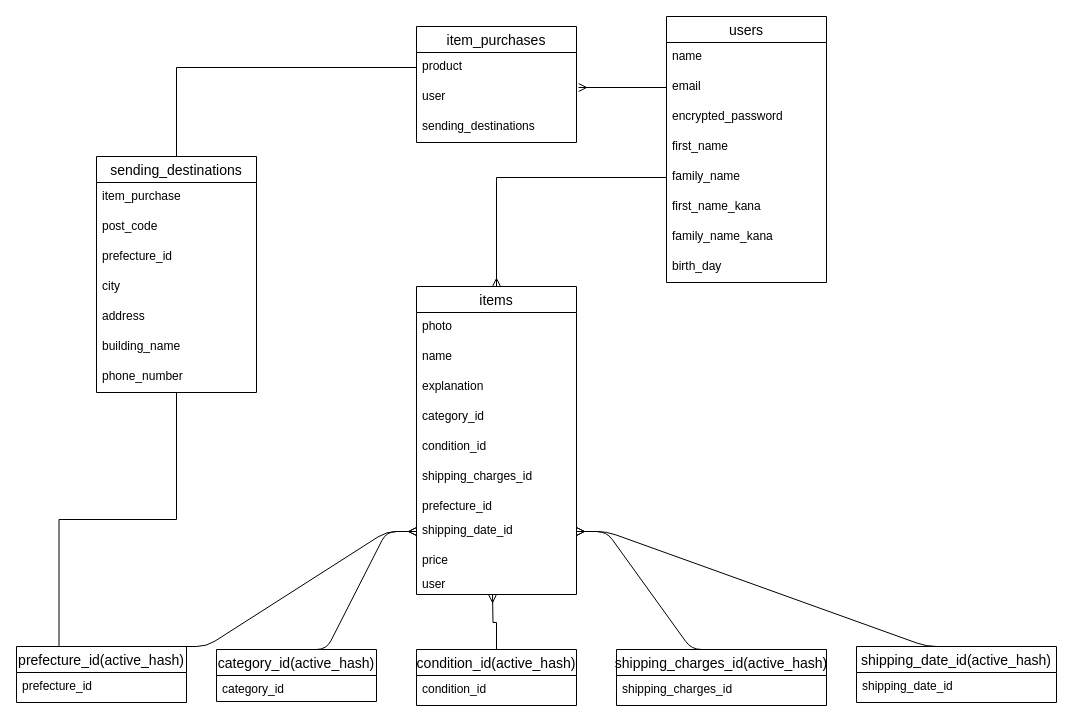
This is ER.dio from nitou0414/furima-29572, a draw.io file, before an edit. Source tidied: cells renumbered, new cells numbered last; positions are measured from the earlier drawing's top-left corner, leaving out a move shared by most shapes. Both pictures are drawn from the tidied source at 100%, with x=0, y=0 at pixel (16, 16).
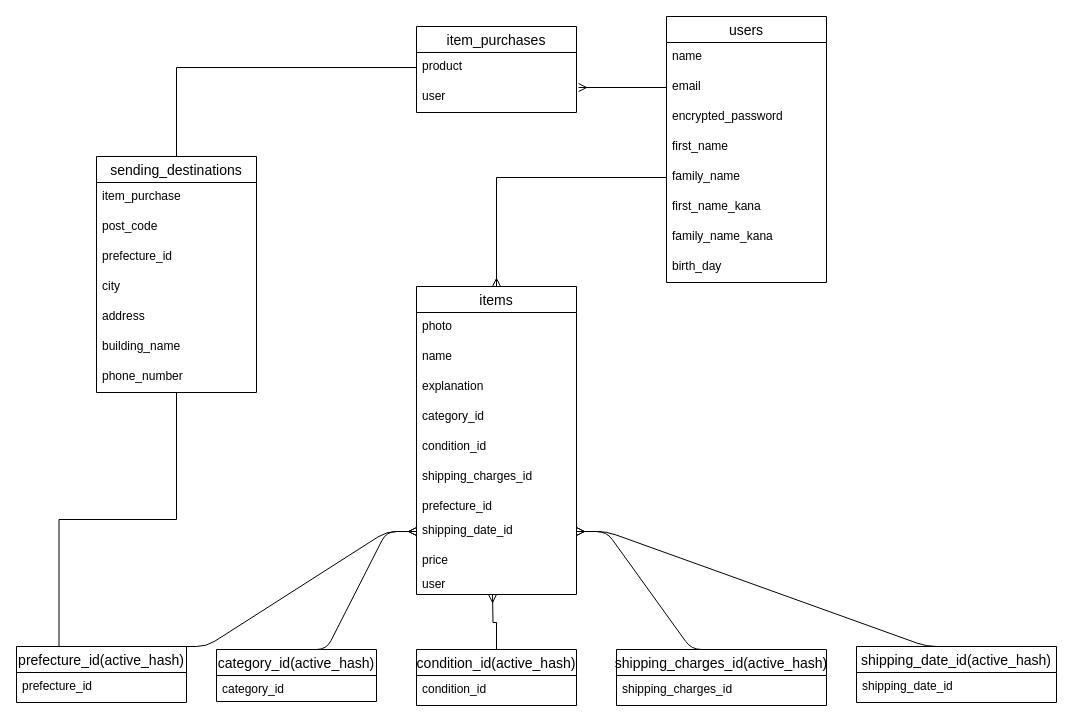
After the change.

What changed in the source:
```diff
@@
     <mxCell id="31" value="item_purchases" style="swimlane;fontStyle=0;horizontal=1;startSize=26;align=center;fontSize=14;" parent="1" vertex="1">
-      <mxGeometry x="400" y="10" width="160" height="116" as="geometry" />
+      <mxGeometry x="400" y="10" width="160" height="86" as="geometry" />
     </mxCell>
@@
-    <mxCell id="34" value="sending_destinations" style="text;strokeColor=none;fillColor=none;spacingLeft=4;spacingRight=4;overflow=hidden;fontSize=12;" parent="31" vertex="1">
-      <mxGeometry y="86" width="160" height="30" as="geometry" />
-    </mxCell>
```
